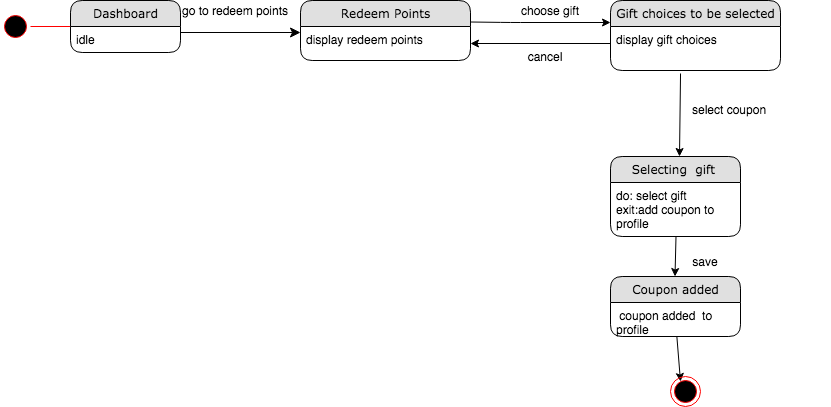
The draw.io diagram Diagrams/State Chart Diagrams FINAL/ST_28 REDEEM DISCOUNT POINTS.png in kkasharaj17/SE-project, before a commit. Source tidied: cells renumbered, new cells last; positions are measured from the earlier drawing's top-left corner, leaving out a move shared by most shapes. Source of this version:
```xml
<mxGraphModel background="#ffffff">
  <root>
    <mxCell id="0" />
    <mxCell id="1" parent="0" />
    <mxCell id="2" style="edgeStyle=orthogonalEdgeStyle;html=1;labelBackgroundColor=none;startFill=0;startSize=8;endFill=1;endSize=8;fontFamily=Verdana;fontSize=12;exitX=1;exitY=0.5;" parent="1" edge="1">
      <mxGeometry relative="1" as="geometry">
        <mxPoint x="180" y="32" as="sourcePoint" />
        <mxPoint x="300" y="32" as="targetPoint" />
      </mxGeometry>
    </mxCell>
    <mxCell id="3" value="cancel" style="text;html=1;strokeColor=none;fillColor=none;align=center;verticalAlign=middle;whiteSpace=wrap;rounded=0;" parent="1" vertex="1">
      <mxGeometry x="510" y="41" width="70" height="30" as="geometry" />
    </mxCell>
    <mxCell id="4" value="choose gift" style="text;html=1;strokeColor=none;fillColor=none;align=center;verticalAlign=middle;whiteSpace=wrap;rounded=0;" parent="1" vertex="1">
      <mxGeometry x="510" width="80" height="20" as="geometry" />
    </mxCell>
    <mxCell id="5" style="ellipse;html=1;shape=startState;fillColor=#000000;strokeColor=#ff0000;" parent="1" vertex="1">
      <mxGeometry y="11" width="30" height="30" as="geometry" />
    </mxCell>
    <mxCell id="6" style="edgeStyle=orthogonalEdgeStyle;html=1;verticalAlign=bottom;endArrow=open;endSize=8;strokeColor=#ff0000;" parent="1" edge="1" source="5">
      <mxGeometry relative="1" as="geometry">
        <mxPoint x="90" y="26" as="targetPoint" />
      </mxGeometry>
    </mxCell>
    <mxCell id="7" style="endArrow=classic;html=1;exitX=0.412;exitY=1.068;exitDx=0;exitDy=0;exitPerimeter=0;" parent="1" edge="1" source="11">
      <mxGeometry relative="1" as="geometry">
        <mxPoint x="679" y="156" as="targetPoint" />
      </mxGeometry>
    </mxCell>
    <mxCell id="8" value="go to redeem points" style="text;html=1;strokeColor=none;fillColor=none;align=center;verticalAlign=middle;whiteSpace=wrap;rounded=0;" parent="1" vertex="1">
      <mxGeometry x="180" width="110" height="20" as="geometry" />
    </mxCell>
    <mxCell id="9" style="endArrow=classic;html=1;" parent="1" edge="1">
      <mxGeometry relative="1" as="geometry">
        <mxPoint x="470" y="21.5" as="sourcePoint" />
        <mxPoint x="610" y="22" as="targetPoint" />
        <Array as="points">
          <mxPoint x="510" y="22" />
        </Array>
      </mxGeometry>
    </mxCell>
    <mxCell id="10" value="Gift choices to be selected" style="swimlane;html=1;fontStyle=0;horizontal=1;startSize=26;fillColor=#e0e0e0;swimlaneFillColor=#ffffff;align=center;rounded=1;shadow=0;comic=0;labelBackgroundColor=none;strokeWidth=1;fontFamily=Verdana;fontSize=12;" parent="1" vertex="1">
      <mxGeometry x="610" width="170" height="70" as="geometry" />
    </mxCell>
    <mxCell id="11" value="display gift choices" style="text;html=1;strokeColor=none;fillColor=none;spacingLeft=4;spacingRight=4;whiteSpace=wrap;overflow=hidden;points=[[0,0.5],[1,0.5]];portConstraint=eastwest;" parent="10" vertex="1">
      <mxGeometry y="26" width="170" height="44" as="geometry" />
    </mxCell>
    <mxCell id="12" value="Dashboard" style="swimlane;html=1;fontStyle=0;horizontal=1;startSize=26;fillColor=#e0e0e0;swimlaneFillColor=#ffffff;align=center;rounded=1;shadow=0;comic=0;labelBackgroundColor=none;strokeWidth=1;fontFamily=Verdana;fontSize=12;" parent="1" vertex="1">
      <mxGeometry x="70" width="110" height="52" as="geometry" />
    </mxCell>
    <mxCell id="13" value="idle" style="text;html=1;strokeColor=none;fillColor=none;spacingLeft=4;spacingRight=4;whiteSpace=wrap;overflow=hidden;" parent="12" vertex="1">
      <mxGeometry y="26" width="110" height="26" as="geometry" />
    </mxCell>
    <mxCell id="14" value="Redeem Points" style="swimlane;html=1;fontStyle=0;horizontal=1;startSize=26;fillColor=#e0e0e0;swimlaneFillColor=#ffffff;align=center;rounded=1;shadow=0;comic=0;labelBackgroundColor=none;strokeWidth=1;fontFamily=Verdana;fontSize=12;" parent="1" vertex="1">
      <mxGeometry x="300" width="170" height="60" as="geometry" />
    </mxCell>
    <mxCell id="15" value="display redeem points" style="text;html=1;strokeColor=none;fillColor=none;spacingLeft=4;spacingRight=4;whiteSpace=wrap;overflow=hidden;points=[[0,0.5],[1,0.5]];portConstraint=eastwest;" parent="14" vertex="1">
      <mxGeometry y="26" width="170" height="34" as="geometry" />
    </mxCell>
    <mxCell id="16" style="endArrow=classic;html=1;entryX=1;entryY=0.5;entryDx=0;entryDy=0;" parent="1" edge="1" target="15">
      <mxGeometry relative="1" as="geometry">
        <mxPoint x="610" y="43" as="sourcePoint" />
      </mxGeometry>
    </mxCell>
    <mxCell id="17" style="endArrow=classic;html=1;" parent="1" edge="1" source="21">
      <mxGeometry relative="1" as="geometry">
        <mxPoint x="680" y="381" as="targetPoint" />
      </mxGeometry>
    </mxCell>
    <mxCell id="18" value="Selecting&amp;nbsp; gift&amp;nbsp;" style="swimlane;html=1;fontStyle=0;horizontal=1;startSize=26;fillColor=#e0e0e0;swimlaneFillColor=#ffffff;align=center;rounded=1;shadow=0;comic=0;labelBackgroundColor=none;strokeWidth=1;fontFamily=Verdana;fontSize=12;" parent="1" vertex="1">
      <mxGeometry x="610" y="156" width="130" height="80" as="geometry" />
    </mxCell>
    <mxCell id="19" value="do: select gift&lt;br&gt;exit:add coupon to profile" style="text;html=1;strokeColor=none;fillColor=none;spacingLeft=4;spacingRight=4;whiteSpace=wrap;overflow=hidden;" parent="18" vertex="1">
      <mxGeometry y="26" width="130" height="54" as="geometry" />
    </mxCell>
    <mxCell id="20" value="Coupon added" style="swimlane;html=1;fontStyle=0;horizontal=1;startSize=26;fillColor=#e0e0e0;swimlaneFillColor=#ffffff;align=center;rounded=1;shadow=0;comic=0;labelBackgroundColor=none;strokeWidth=1;fontFamily=Verdana;fontSize=12;" parent="1" vertex="1">
      <mxGeometry x="610" y="276" width="130" height="60" as="geometry" />
    </mxCell>
    <mxCell id="21" value="&amp;nbsp;coupon added&amp;nbsp; to profile" style="text;html=1;strokeColor=none;fillColor=none;spacingLeft=4;spacingRight=4;whiteSpace=wrap;overflow=hidden;points=[[0,0.5],[1,0.5]];portConstraint=eastwest;" parent="20" vertex="1">
      <mxGeometry y="26" width="130" height="34" as="geometry" />
    </mxCell>
    <mxCell id="22" style="endArrow=classic;html=1;exitX=0.412;exitY=1.068;exitDx=0;exitDy=0;exitPerimeter=0;" parent="1" edge="1">
      <mxGeometry relative="1" as="geometry">
        <mxPoint x="675.5" y="236" as="sourcePoint" />
        <mxPoint x="674.5" y="276" as="targetPoint" />
      </mxGeometry>
    </mxCell>
    <mxCell id="23" style="ellipse;html=1;shape=endState;fillColor=#000000;strokeColor=#ff0000;" parent="1" vertex="1">
      <mxGeometry x="670" y="376" width="30" height="30" as="geometry" />
    </mxCell>
    <mxCell id="24" value="save" style="text;html=1;strokeColor=none;fillColor=none;align=center;verticalAlign=middle;whiteSpace=wrap;rounded=0;" parent="1" vertex="1">
      <mxGeometry x="670" y="246" width="70" height="30" as="geometry" />
    </mxCell>
    <mxCell id="25" value="&lt;font face=&quot;helvetica&quot;&gt;select coupon&lt;/font&gt;" style="text;whiteSpace=wrap;html=1;" parent="1" vertex="1">
      <mxGeometry x="690" y="96" width="140" height="30" as="geometry" />
    </mxCell>
  </root>
</mxGraphModel>
```
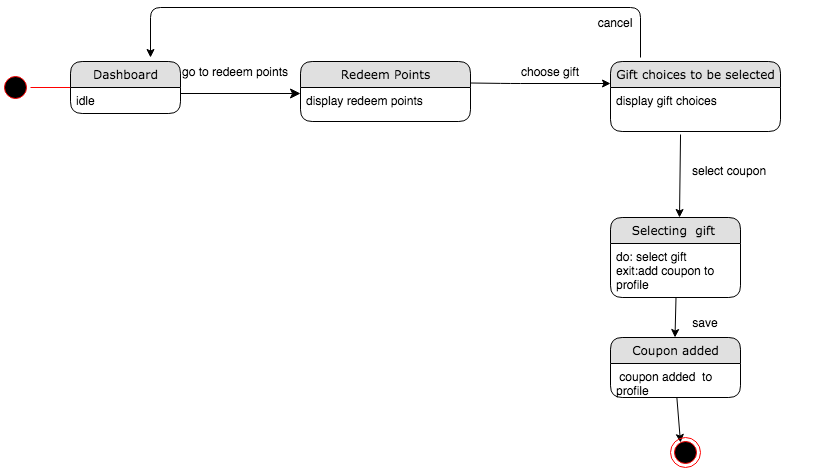
The same diagram one commit later.

Change to the diagram source:
```diff
@@ -9,7 +9,7 @@
       </mxGeometry>
     </mxCell>
     <mxCell id="3" value="cancel" style="text;html=1;strokeColor=none;fillColor=none;align=center;verticalAlign=middle;whiteSpace=wrap;rounded=0;" parent="1" vertex="1">
-      <mxGeometry x="510" y="41" width="70" height="30" as="geometry" />
+      <mxGeometry x="580" y="-54" width="70" height="30" as="geometry" />
     </mxCell>
     <mxCell id="4" value="choose gift" style="text;html=1;strokeColor=none;fillColor=none;align=center;verticalAlign=middle;whiteSpace=wrap;rounded=0;" parent="1" vertex="1">
       <mxGeometry x="510" width="80" height="20" as="geometry" />
@@ -57,9 +57,14 @@
     <mxCell id="15" value="display redeem points" style="text;html=1;strokeColor=none;fillColor=none;spacingLeft=4;spacingRight=4;whiteSpace=wrap;overflow=hidden;points=[[0,0.5],[1,0.5]];portConstraint=eastwest;" parent="14" vertex="1">
       <mxGeometry y="26" width="170" height="34" as="geometry" />
     </mxCell>
-    <mxCell id="16" style="endArrow=classic;html=1;entryX=1;entryY=0.5;entryDx=0;entryDy=0;" parent="1" edge="1" target="15">
+    <mxCell id="16" style="endArrow=classic;html=1;" parent="1" edge="1">
       <mxGeometry relative="1" as="geometry">
-        <mxPoint x="610" y="43" as="sourcePoint" />
+        <mxPoint x="640" y="-4" as="sourcePoint" />
+        <mxPoint x="150" y="-4" as="targetPoint" />
+        <Array as="points">
+          <mxPoint x="640" y="-54" />
+          <mxPoint x="150" y="-54" />
+        </Array>
       </mxGeometry>
     </mxCell>
     <mxCell id="17" style="endArrow=classic;html=1;" parent="1" edge="1" source="21">
```
